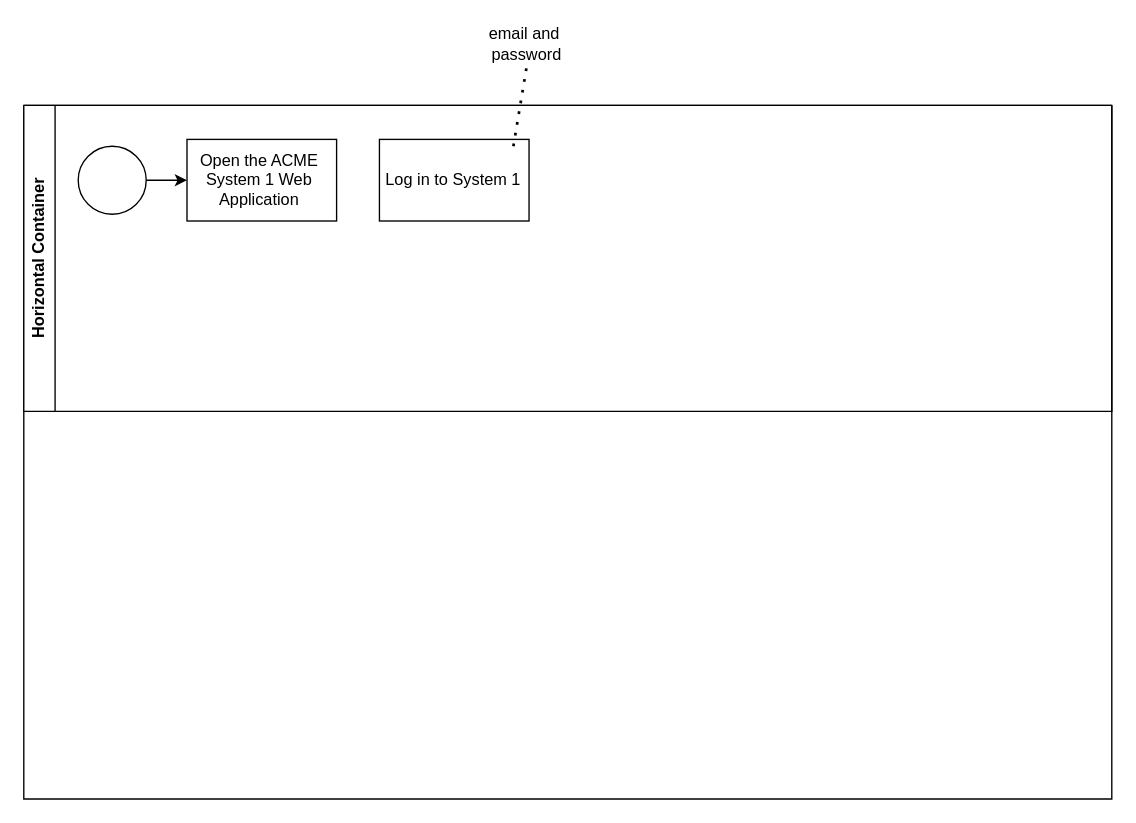
Before: Диаграмма без названия.drawio in Na-pole-on/git-pir-1, a draw.io diagram. Source tidied: cells renumbered, new cells numbered last; positions are measured from the earlier drawing's top-left corner, leaving out a move shared by most shapes. Both pictures are drawn from the tidied source at 136%, with x=0, y=0 at pixel (23, 23).
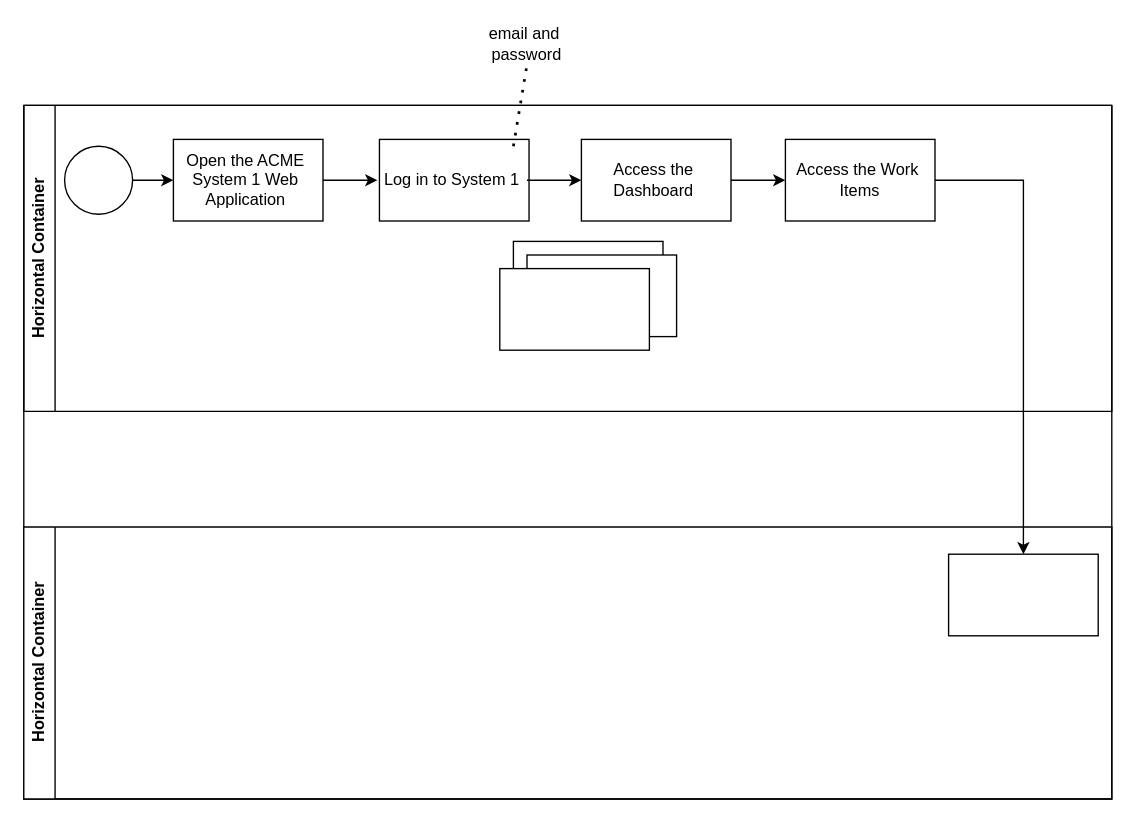
The same page after the edit.

The change refers to these unchanged cells:
```xml
<mxCell id="5" value="Horizontal Container" style="swimlane;horizontal=0;whiteSpace=wrap;html=1;" parent="1" vertex="1">
  <mxGeometry y="60" width="800" height="225" as="geometry" />
</mxCell>
```

Diff of the diagram source:
```diff
@@
-    <mxCell id="2" style="swimlane;startSize=0;" parent="1" vertex="1">
-      <mxGeometry y="60" width="800" height="510" as="geometry" />
-    </mxCell>
-    <mxCell id="3" style="rounded=0;whiteSpace=wrap;html=1;" parent="2" vertex="1">
-      <mxGeometry x="120" y="25" width="110" height="60" as="geometry" />
-    </mxCell>
-    <mxCell id="4" value="&lt;div&gt;Open the ACME&amp;nbsp;&lt;/div&gt;&lt;div&gt;System 1 Web&amp;nbsp;&lt;/div&gt;&lt;div&gt;Application&amp;nbsp;&lt;/div&gt;" style="text;html=1;strokeColor=none;fillColor=none;align=center;verticalAlign=middle;whiteSpace=wrap;rounded=0;" parent="2" vertex="1">
-      <mxGeometry x="120" y="40" width="110" height="30" as="geometry" />
-    </mxCell>
@@
+    <mxCell id="12" style="rounded=0;whiteSpace=wrap;html=1;" parent="5" vertex="1">
+      <mxGeometry x="410" y="25" width="110" height="60" as="geometry" />
+    </mxCell>
@@
     <mxCell id="7" style="ellipse;whiteSpace=wrap;html=1;" parent="5" vertex="1">
-      <mxGeometry x="40" y="30" width="50" height="50" as="geometry" />
+      <mxGeometry x="30" y="30" width="50" height="50" as="geometry" />
     </mxCell>
+    <mxCell id="13" style="edgeStyle=orthogonalEdgeStyle;rounded=0;jettySize=auto;html=1;" parent="5" edge="1" source="8" target="12">
+      <mxGeometry relative="1" as="geometry" />
+    </mxCell>
     <mxCell id="8" value="&lt;div&gt;Log in to System 1&lt;/div&gt;" style="text;html=1;strokeColor=none;fillColor=none;align=center;verticalAlign=middle;whiteSpace=wrap;rounded=0;rotation=0;" parent="5" vertex="1">
-      <mxGeometry x="261" y="40" width="110" height="30" as="geometry" />
+      <mxGeometry x="260" y="40" width="110" height="30" as="geometry" />
     </mxCell>
+    <mxCell id="14" style="rounded=0;whiteSpace=wrap;html=1;" parent="5" vertex="1">
+      <mxGeometry x="360" y="100" width="110" height="60" as="geometry" />
+    </mxCell>
+    <mxCell id="15" style="rounded=0;whiteSpace=wrap;html=1;" parent="5" vertex="1">
+      <mxGeometry x="370" y="110" width="110" height="60" as="geometry" />
+    </mxCell>
+    <mxCell id="16" style="rounded=0;whiteSpace=wrap;html=1;" parent="5" vertex="1">
+      <mxGeometry x="350" y="120" width="110" height="60" as="geometry" />
+    </mxCell>
+    <mxCell id="17" style="rounded=0;whiteSpace=wrap;html=1;" parent="5" vertex="1">
+      <mxGeometry x="560" y="25" width="110" height="60" as="geometry" />
+    </mxCell>
+    <mxCell id="18" value="&lt;div&gt;Access the Work&amp;nbsp;&lt;/div&gt;&lt;div&gt;Items&lt;/div&gt;" style="text;html=1;strokeColor=none;fillColor=none;align=center;verticalAlign=middle;whiteSpace=wrap;rounded=0;" parent="5" vertex="1">
+      <mxGeometry x="560" y="40" width="110" height="30" as="geometry" />
+    </mxCell>
+    <mxCell id="3" style="rounded=0;whiteSpace=wrap;html=1;" parent="5" vertex="1">
+      <mxGeometry x="110" y="25" width="110" height="60" as="geometry" />
+    </mxCell>
-    <mxCell id="9" style="endArrow=classic;html=1;rounded=0;exitX=1;exitY=0.5;exitDx=0;exitDy=0;" parent="1" edge="1" source="7" target="3">
+    <mxCell id="9" style="endArrow=classic;html=1;rounded=0;exitX=1;exitY=0.5;exitDx=0;exitDy=0;" parent="5" edge="1" source="7" target="3">
       <mxGeometry relative="1" as="geometry" />
     </mxCell>
+    <mxCell id="2" style="swimlane;startSize=0;" parent="1" vertex="1">
+      <mxGeometry y="60" width="800" height="510" as="geometry" />
+    </mxCell>
+    <mxCell id="4" value="&lt;div&gt;Open the ACME&amp;nbsp;&lt;/div&gt;&lt;div&gt;System 1 Web&amp;nbsp;&lt;/div&gt;&lt;div&gt;Application&amp;nbsp;&lt;/div&gt;" style="text;html=1;strokeColor=none;fillColor=none;align=center;verticalAlign=middle;whiteSpace=wrap;rounded=0;" parent="2" vertex="1">
+      <mxGeometry x="110" y="40" width="110" height="30" as="geometry" />
+    </mxCell>
+    <mxCell id="19" value="&lt;div&gt;Access the&amp;nbsp;&lt;/div&gt;&lt;div&gt;Dashboard&amp;nbsp;&lt;/div&gt;" style="text;html=1;strokeColor=none;fillColor=none;align=center;verticalAlign=middle;whiteSpace=wrap;rounded=0;" parent="2" vertex="1">
+      <mxGeometry x="410" y="40" width="110" height="30" as="geometry" />
+    </mxCell>
+    <mxCell id="20" value="Horizontal Container" style="swimlane;horizontal=0;whiteSpace=wrap;html=1;" parent="2" vertex="1">
+      <mxGeometry y="310" width="800" height="200" as="geometry" />
+    </mxCell>
+    <mxCell id="21" style="rounded=0;whiteSpace=wrap;html=1;" parent="20" vertex="1">
+      <mxGeometry x="680" y="20" width="110" height="60" as="geometry" />
+    </mxCell>
@@
+    <mxCell id="22" style="edgeStyle=orthogonalEdgeStyle;rounded=0;jettySize=auto;html=1;" parent="1" edge="1" source="4" target="8">
+      <mxGeometry relative="1" as="geometry" />
+    </mxCell>
+    <mxCell id="23" style="edgeStyle=orthogonalEdgeStyle;rounded=0;jettySize=auto;html=1;" parent="1" edge="1" source="19" target="17">
+      <mxGeometry relative="1" as="geometry" />
+    </mxCell>
+    <mxCell id="24" style="endArrow=classic;html=1;rounded=0;exitX=1;exitY=0.5;exitDx=0;exitDy=0;entryX=0.5;entryY=0;entryDx=0;entryDy=0;" parent="1" edge="1" source="18" target="21">
+      <mxGeometry relative="1" as="geometry">
+        <Array as="points">
+          <mxPoint x="735" y="115" />
+          <mxPoint x="735" y="290" />
+        </Array>
+      </mxGeometry>
+    </mxCell>
```
